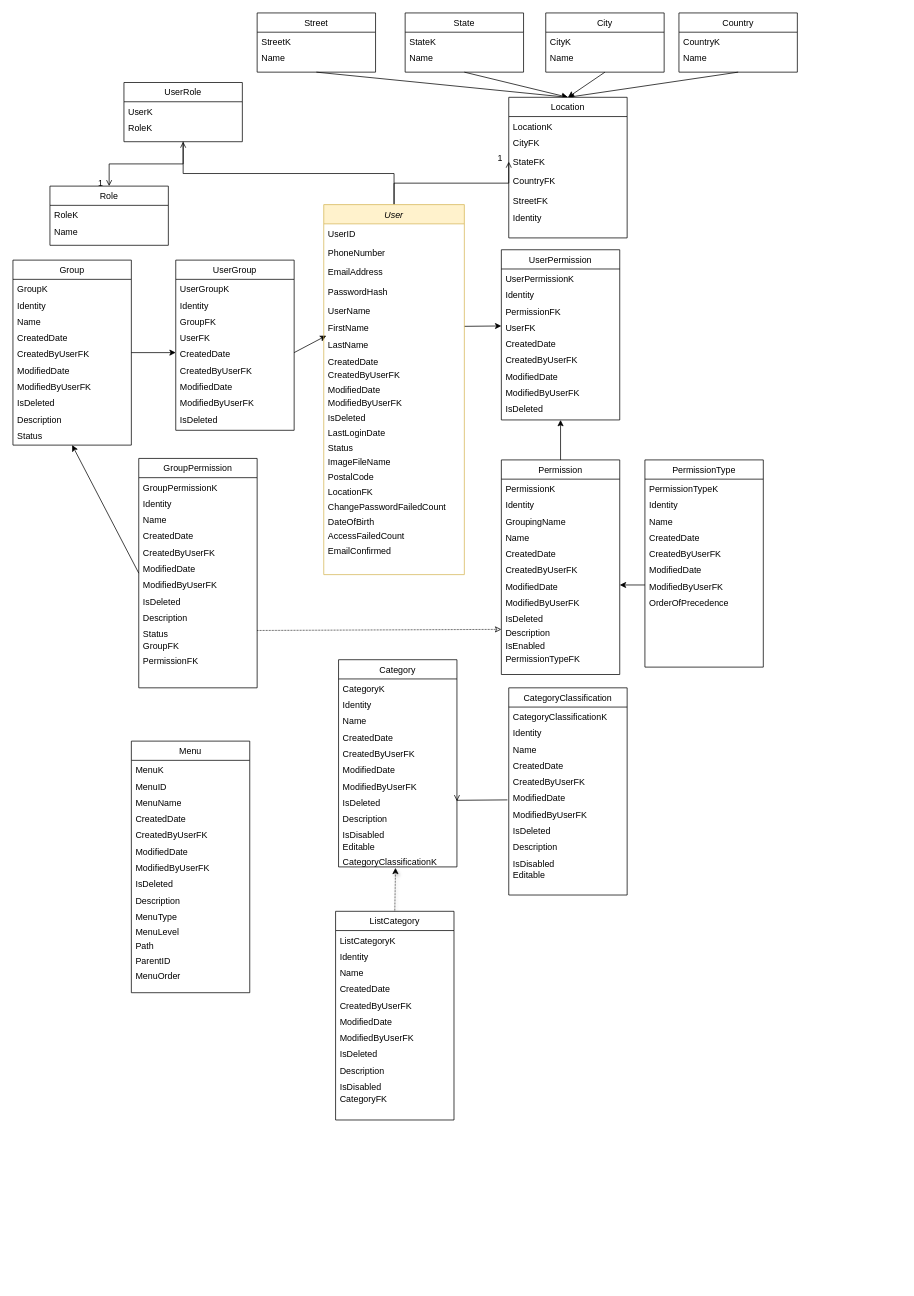
KimPhiJSCDVLP/Electronic-Commerce keeps this draw.io diagram as Electronic-Commerce.drawio. Above is the earlier version. Source tidied: cells renumbered, new cells numbered last; positions are measured from the earlier drawing's top-left corner, leaving out a move shared by most shapes. Both pictures are drawn from the tidied source at 74%, with x=0, y=0 at pixel (13, 13).
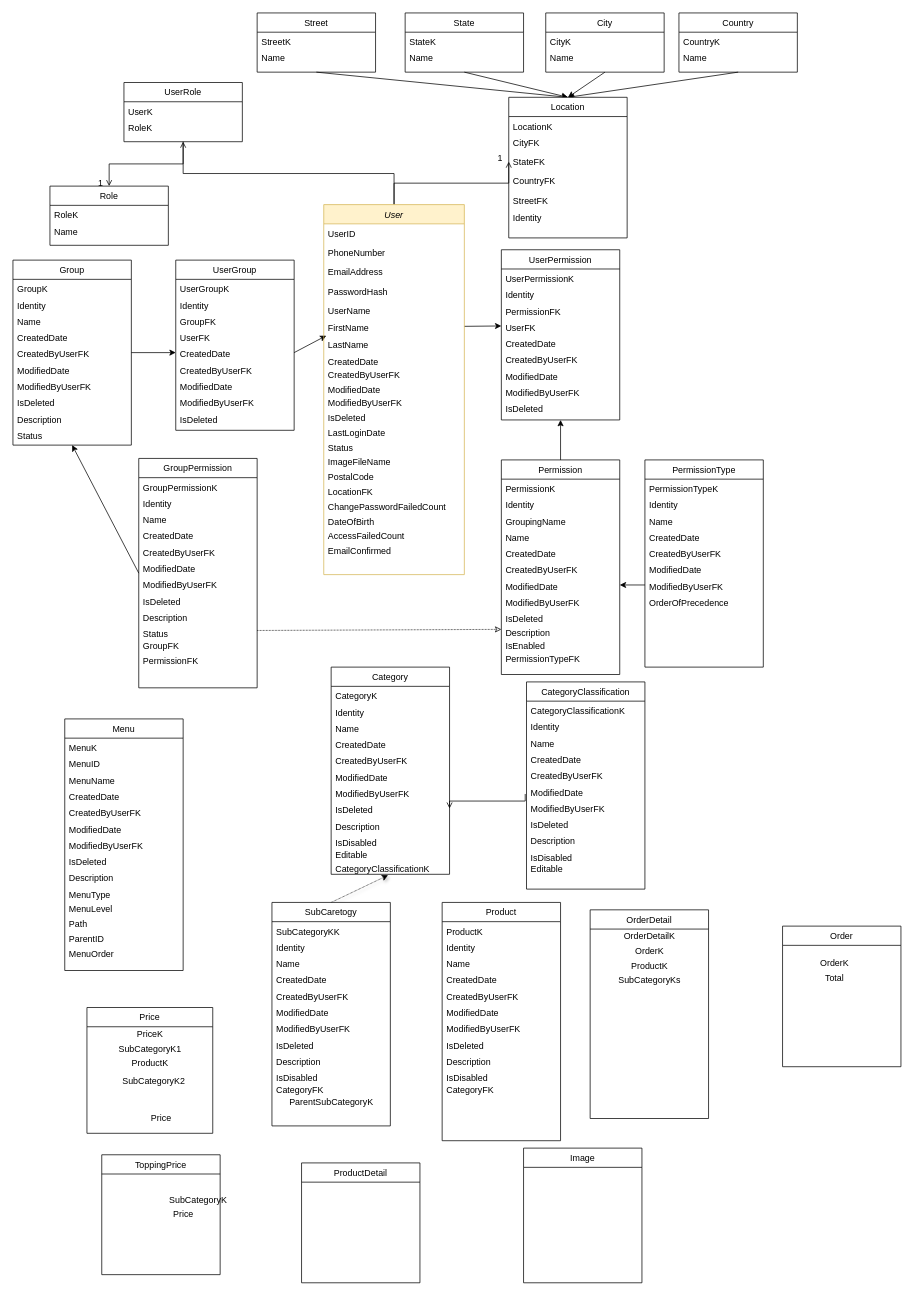
The same diagram, later.

Diff of the diagram source:
```diff
@@
     <mxCell id="131" value="Category" style="swimlane;fontStyle=0;align=center;verticalAlign=top;horizontal=1;startSize=26;rounded=0;shadow=0;strokeWidth=1;" parent="1" vertex="1">
-      <mxGeometry x="440" y="874" width="160" height="280" as="geometry" />
+      <mxGeometry x="430" y="884" width="160" height="280" as="geometry" />
     </mxCell>
@@
     <mxCell id="144" value="CategoryClassification" style="swimlane;fontStyle=0;align=center;verticalAlign=top;horizontal=1;startSize=26;rounded=0;shadow=0;strokeWidth=1;" parent="1" vertex="1">
-      <mxGeometry x="670" y="912" width="160" height="280" as="geometry" />
+      <mxGeometry x="694" y="904" width="160" height="280" as="geometry" />
     </mxCell>
@@
-    <mxCell id="158" value="ListCategory" style="swimlane;fontStyle=0;align=center;verticalAlign=top;horizontal=1;startSize=26;rounded=0;shadow=0;strokeWidth=1;" parent="1" vertex="1">
-      <mxGeometry x="436" y="1214" width="160" height="282" as="geometry" />
+    <mxCell id="158" value="SubCaretogy&#10;" style="swimlane;fontStyle=0;align=center;verticalAlign=top;horizontal=1;startSize=26;rounded=0;shadow=0;strokeWidth=1;" parent="1" vertex="1">
+      <mxGeometry x="350" y="1202" width="160" height="302" as="geometry" />
     </mxCell>
-    <mxCell id="159" value="ListCategoryK" style="text;align=left;verticalAlign=top;spacingLeft=4;spacingRight=4;overflow=hidden;" parent="158" vertex="1">
+    <mxCell id="159" value="SubCategoryKK" style="text;align=left;verticalAlign=top;spacingLeft=4;spacingRight=4;overflow=hidden;" parent="158" vertex="1">
       <mxGeometry y="26" width="160" height="22" as="geometry" />
     </mxCell>
@@
+    <mxCell id="185" value="Parent&lt;span style=&quot;text-align: left&quot;&gt;SubCategory&lt;/span&gt;K" style="text;html=1;align=center;verticalAlign=middle;strokeColor=none;" parent="158" vertex="1">
+      <mxGeometry y="260" width="160" height="20" as="geometry" />
+    </mxCell>
     <mxCell id="170" value="Menu" style="swimlane;fontStyle=0;align=center;verticalAlign=top;horizontal=1;startSize=26;rounded=0;shadow=0;strokeWidth=1;" parent="1" vertex="1">
-      <mxGeometry x="160" y="984" width="160" height="340" as="geometry" />
+      <mxGeometry x="70" y="954" width="160" height="340" as="geometry" />
     </mxCell>
@@
+    <mxCell id="186" value="Product" style="swimlane;fontStyle=0;align=center;verticalAlign=top;horizontal=1;startSize=26;rounded=0;shadow=0;strokeWidth=1;" parent="1" vertex="1">
+      <mxGeometry x="580" y="1202" width="160" height="322" as="geometry" />
+    </mxCell>
+    <mxCell id="187" value="ProductK" style="text;align=left;verticalAlign=top;spacingLeft=4;spacingRight=4;overflow=hidden;" parent="186" vertex="1">
+      <mxGeometry y="26" width="160" height="22" as="geometry" />
+    </mxCell>
+    <mxCell id="188" value="Identity" style="text;align=left;verticalAlign=top;spacingLeft=4;spacingRight=4;overflow=hidden;rounded=0;shadow=0;html=0;" parent="186" vertex="1">
+      <mxGeometry y="48" width="160" height="22" as="geometry" />
+    </mxCell>
+    <mxCell id="189" value="Name" style="text;align=left;verticalAlign=top;spacingLeft=4;spacingRight=4;overflow=hidden;rounded=0;shadow=0;html=0;" parent="186" vertex="1">
+      <mxGeometry y="70" width="160" height="22" as="geometry" />
+    </mxCell>
+    <mxCell id="190" value="CreatedDate" style="text;align=left;verticalAlign=top;spacingLeft=4;spacingRight=4;overflow=hidden;rounded=0;shadow=0;html=0;" parent="186" vertex="1">
+      <mxGeometry y="92" width="160" height="22" as="geometry" />
+    </mxCell>
+    <mxCell id="191" value="CreatedByUserFK" style="text;align=left;verticalAlign=top;spacingLeft=4;spacingRight=4;overflow=hidden;rounded=0;shadow=0;html=0;" parent="186" vertex="1">
+      <mxGeometry y="114" width="160" height="22" as="geometry" />
+    </mxCell>
+    <mxCell id="192" value="ModifiedDate" style="text;align=left;verticalAlign=top;spacingLeft=4;spacingRight=4;overflow=hidden;rounded=0;shadow=0;html=0;" parent="186" vertex="1">
+      <mxGeometry y="136" width="160" height="22" as="geometry" />
+    </mxCell>
+    <mxCell id="193" value="ModifiedByUserFK" style="text;align=left;verticalAlign=top;spacingLeft=4;spacingRight=4;overflow=hidden;rounded=0;shadow=0;html=0;" parent="186" vertex="1">
+      <mxGeometry y="158" width="160" height="22" as="geometry" />
+    </mxCell>
+    <mxCell id="194" value="IsDeleted" style="text;align=left;verticalAlign=top;spacingLeft=4;spacingRight=4;overflow=hidden;rounded=0;shadow=0;html=0;" parent="186" vertex="1">
+      <mxGeometry y="180" width="160" height="22" as="geometry" />
+    </mxCell>
+    <mxCell id="195" value="Description" style="text;align=left;verticalAlign=top;spacingLeft=4;spacingRight=4;overflow=hidden;rounded=0;shadow=0;html=0;" parent="186" vertex="1">
+      <mxGeometry y="202" width="160" height="22" as="geometry" />
+    </mxCell>
+    <mxCell id="196" value="IsDisabled" style="text;align=left;verticalAlign=top;spacingLeft=4;spacingRight=4;overflow=hidden;rounded=0;shadow=0;html=0;" parent="186" vertex="1">
+      <mxGeometry y="224" width="160" height="16" as="geometry" />
+    </mxCell>
+    <mxCell id="197" value="CategoryFK" style="text;align=left;verticalAlign=top;spacingLeft=4;spacingRight=4;overflow=hidden;rounded=0;shadow=0;html=0;" parent="186" vertex="1">
+      <mxGeometry y="240" width="160" height="20" as="geometry" />
+    </mxCell>
+    <mxCell id="198" value="ProductDetail" style="swimlane;fontStyle=0;align=center;verticalAlign=top;horizontal=1;startSize=26;rounded=0;shadow=0;strokeWidth=1;" parent="1" vertex="1">
+      <mxGeometry x="390" y="1554" width="160" height="162" as="geometry" />
+    </mxCell>
+    <mxCell id="199" value="Order" style="swimlane;fontStyle=0;align=center;verticalAlign=top;horizontal=1;startSize=26;rounded=0;shadow=0;strokeWidth=1;" parent="1" vertex="1">
+      <mxGeometry x="1040" y="1234" width="160" height="190" as="geometry" />
+    </mxCell>
+    <mxCell id="200" value="Price" style="swimlane;fontStyle=0;align=center;verticalAlign=top;horizontal=1;startSize=26;rounded=0;shadow=0;strokeWidth=1;" parent="1" vertex="1">
+      <mxGeometry x="100" y="1344" width="170" height="170" as="geometry" />
+    </mxCell>
+    <mxCell id="201" value="PriceK&lt;br&gt;" style="text;html=1;align=center;verticalAlign=middle;strokeColor=none;" parent="200" vertex="1">
+      <mxGeometry y="26" width="170" height="20" as="geometry" />
+    </mxCell>
+    <mxCell id="202" value="&lt;span style=&quot;text-align: left&quot;&gt;SubCategory&lt;/span&gt;K&lt;span style=&quot;text-align: left&quot;&gt;1&lt;/span&gt;" style="text;html=1;align=center;verticalAlign=middle;strokeColor=none;" parent="200" vertex="1">
+      <mxGeometry y="46" width="170" height="20" as="geometry" />
+    </mxCell>
+    <mxCell id="203" value="&lt;span style=&quot;text-align: left&quot;&gt;ProductK&lt;/span&gt;" style="text;html=1;align=center;verticalAlign=middle;strokeColor=none;" parent="200" vertex="1">
+      <mxGeometry y="66" width="170" height="20" as="geometry" />
+    </mxCell>
+    <mxCell id="204" value="Image" style="swimlane;fontStyle=0;align=center;verticalAlign=top;horizontal=1;startSize=26;rounded=0;shadow=0;strokeWidth=1;" parent="1" vertex="1">
+      <mxGeometry x="690" y="1534" width="160" height="182" as="geometry" />
+    </mxCell>
+    <mxCell id="205" value="Price" style="text;html=1;align=center;verticalAlign=middle;strokeColor=none;" parent="1" vertex="1">
+      <mxGeometry x="180" y="1484" width="40" height="20" as="geometry" />
+    </mxCell>
+    <mxCell id="206" value="OrderDetail" style="swimlane;fontStyle=0;align=center;verticalAlign=top;horizontal=1;startSize=26;rounded=0;shadow=0;strokeWidth=1;" parent="1" vertex="1">
+      <mxGeometry x="780" y="1212" width="160" height="282" as="geometry" />
+    </mxCell>
+    <mxCell id="207" value="OrderDetailK" style="text;html=1;align=center;verticalAlign=middle;strokeColor=none;" parent="206" vertex="1">
+      <mxGeometry y="26" width="160" height="20" as="geometry" />
+    </mxCell>
+    <mxCell id="208" value="OrderK" style="text;html=1;align=center;verticalAlign=middle;strokeColor=none;" parent="206" vertex="1">
+      <mxGeometry y="46" width="160" height="20" as="geometry" />
+    </mxCell>
+    <mxCell id="209" value="ProductK&lt;br&gt;" style="text;html=1;align=center;verticalAlign=middle;strokeColor=none;" parent="206" vertex="1">
+      <mxGeometry y="66" width="160" height="20" as="geometry" />
+    </mxCell>
+    <mxCell id="210" value="&lt;span style=&quot;text-align: left&quot;&gt;SubCategory&lt;/span&gt;Ks" style="text;html=1;align=center;verticalAlign=middle;strokeColor=none;" parent="206" vertex="1">
+      <mxGeometry y="86" width="160" height="20" as="geometry" />
+    </mxCell>
+    <mxCell id="211" value="OrderK" style="text;html=1;align=center;verticalAlign=middle;strokeColor=none;" parent="1" vertex="1">
+      <mxGeometry x="1085" y="1274" width="50" height="20" as="geometry" />
+    </mxCell>
+    <mxCell id="212" value="Total" style="text;html=1;align=center;verticalAlign=middle;strokeColor=none;" parent="1" vertex="1">
+      <mxGeometry x="1090" y="1294" width="40" height="20" as="geometry" />
+    </mxCell>
+    <mxCell id="213" value="&lt;span style=&quot;text-align: left&quot;&gt;SubCategory&lt;/span&gt;K2" style="text;html=1;align=center;verticalAlign=middle;strokeColor=none;" parent="1" vertex="1">
+      <mxGeometry x="140" y="1434" width="100" height="20" as="geometry" />
+    </mxCell>
+    <mxCell id="214" value="ToppingPrice" style="swimlane;fontStyle=0;align=center;verticalAlign=top;horizontal=1;startSize=26;rounded=0;shadow=0;strokeWidth=1;" parent="1" vertex="1">
+      <mxGeometry x="120" y="1543" width="160" height="162" as="geometry" />
+    </mxCell>
+    <mxCell id="215" value="&lt;span style=&quot;text-align: left&quot;&gt;SubCategory&lt;/span&gt;K&lt;br&gt;" style="text;html=1;align=center;verticalAlign=middle;strokeColor=none;" parent="1" vertex="1">
+      <mxGeometry x="205" y="1594" width="90" height="20" as="geometry" />
+    </mxCell>
+    <mxCell id="216" value="Price" style="text;html=1;align=center;verticalAlign=middle;strokeColor=none;" parent="1" vertex="1">
+      <mxGeometry x="210" y="1614" width="40" height="20" as="geometry" />
+    </mxCell>
```
